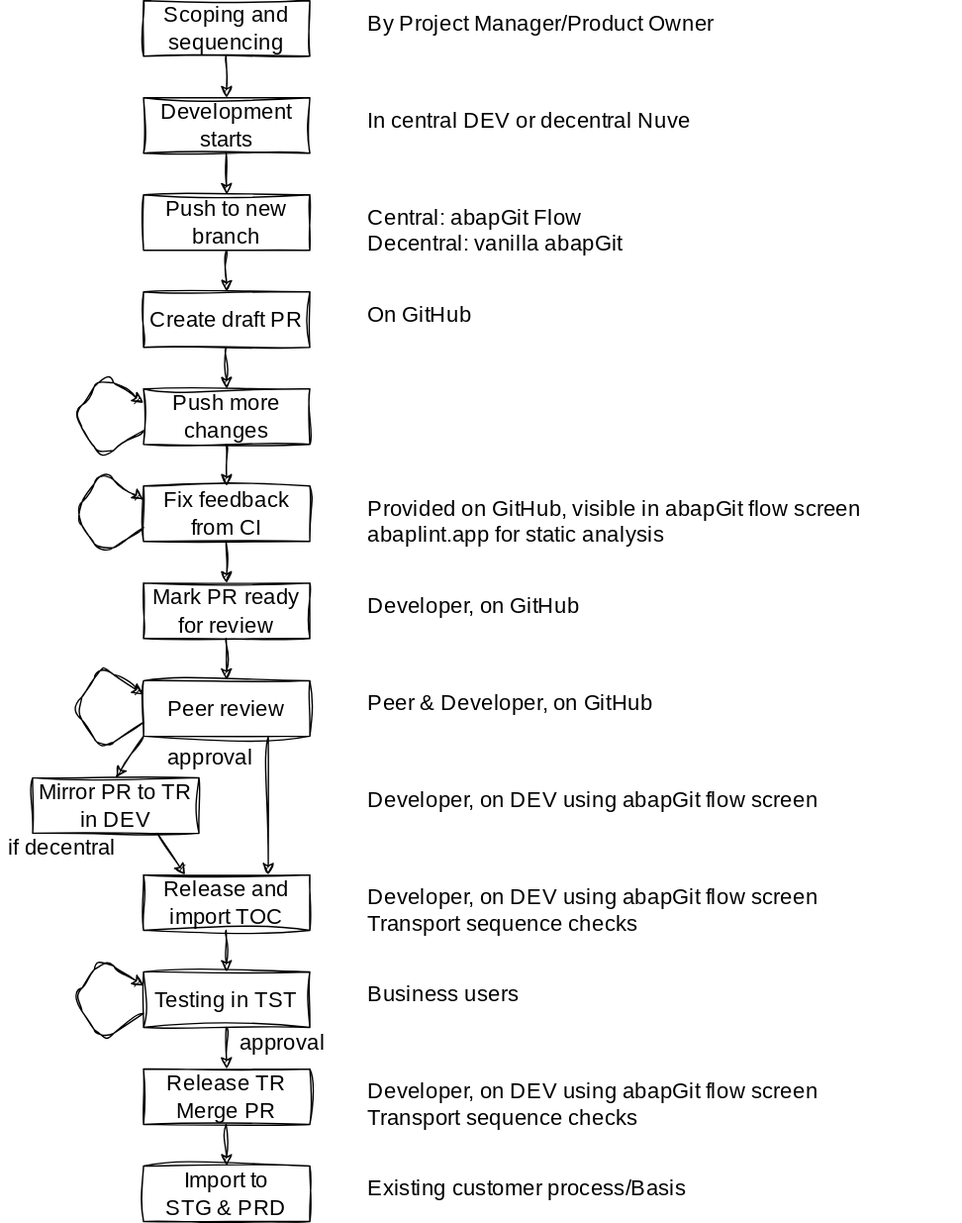
heliconialabs/abapgit-flow keeps this draw.io diagram as src/img/process.drawio.svg. Above is the earlier version. Source tidied: cells renumbered, new cells last; positions are measured from the earlier drawing's top-left corner, leaving out a move shared by most shapes.
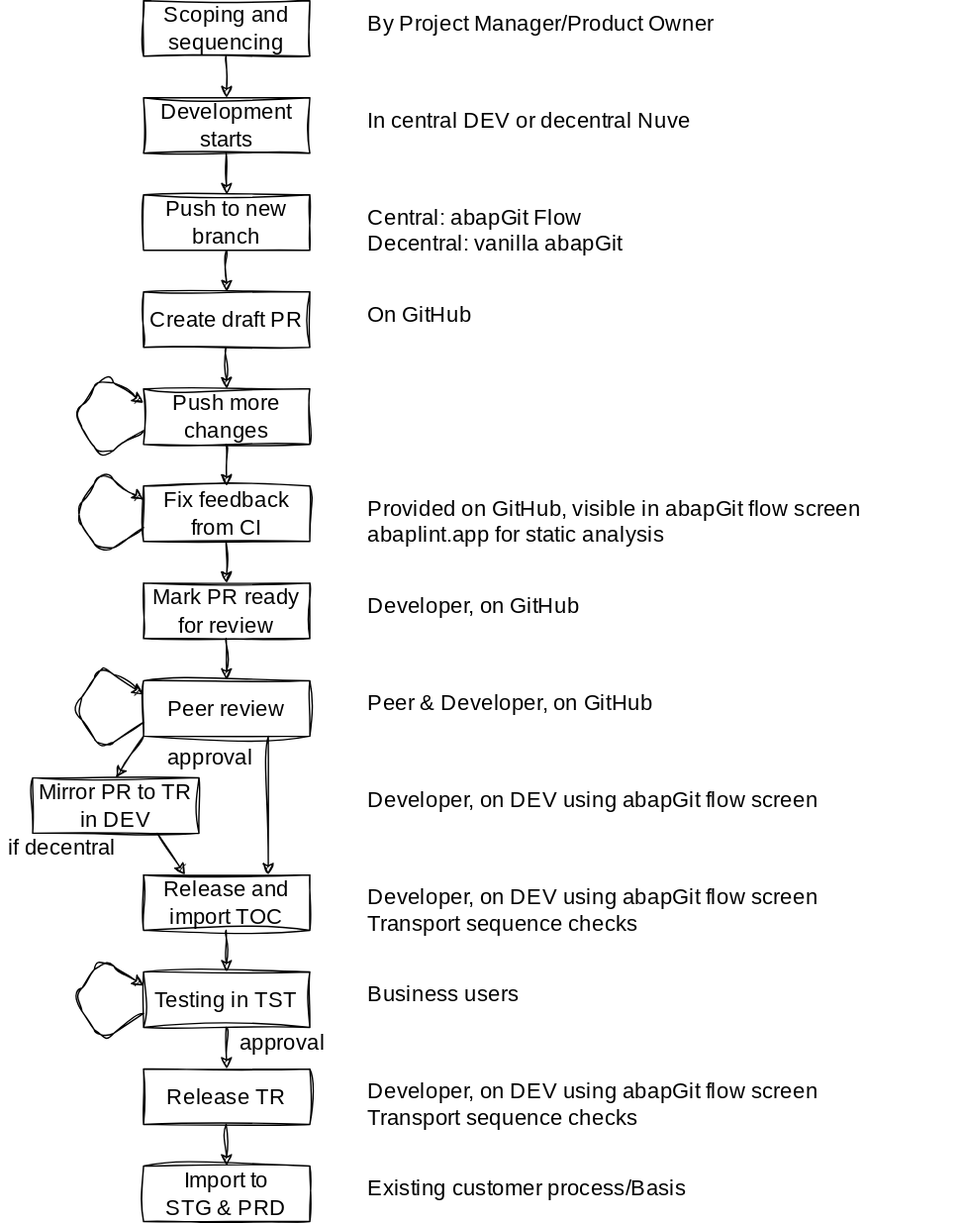
After the change.

Diff of the diagram source:
```diff
@@ -35,7 +35,7 @@
     <mxCell id="12" value="&lt;font style=&quot;font-size: 16px;&quot; color=&quot;#000000&quot;&gt;Testing in TST&lt;/font&gt;" style="rounded=0;whiteSpace=wrap;html=1;sketch=1;hachureGap=4;jiggle=2;curveFitting=1;fontFamily=Architects Daughter;fontSource=https%3A%2F%2Ffonts.googleapis.com%2Fcss%3Ffamily%3DArchitects%2BDaughter;fontSize=16;fillColor=none;strokeColor=#000000;" parent="1" vertex="1">
       <mxGeometry x="80" y="700.4" width="120" height="40" as="geometry" />
     </mxCell>
-    <mxCell id="13" value="&lt;font style=&quot;font-size: 16px;&quot; color=&quot;#000000&quot;&gt;Release TR&lt;br&gt;Merge PR&lt;br&gt;&lt;/font&gt;" style="rounded=0;whiteSpace=wrap;html=1;sketch=1;hachureGap=4;jiggle=2;curveFitting=1;fontFamily=Architects Daughter;fontSource=https%3A%2F%2Ffonts.googleapis.com%2Fcss%3Ffamily%3DArchitects%2BDaughter;fontSize=16;fillColor=none;strokeColor=#000000;" parent="1" vertex="1">
+    <mxCell id="13" value="&lt;font style=&quot;font-size: 16px;&quot; color=&quot;#000000&quot;&gt;Release TR&lt;br&gt;&lt;/font&gt;" style="rounded=0;whiteSpace=wrap;html=1;sketch=1;hachureGap=4;jiggle=2;curveFitting=1;fontFamily=Architects Daughter;fontSource=https%3A%2F%2Ffonts.googleapis.com%2Fcss%3Ffamily%3DArchitects%2BDaughter;fontSize=16;fillColor=none;strokeColor=#000000;" parent="1" vertex="1">
       <mxGeometry x="80" y="770.4" width="120" height="40" as="geometry" />
     </mxCell>
     <mxCell id="14" value="&lt;font style=&quot;font-size: 16px;&quot; color=&quot;#000000&quot;&gt;Import to &lt;br&gt;STG &amp;amp; PRD&lt;/font&gt;" style="rounded=0;whiteSpace=wrap;html=1;sketch=1;hachureGap=4;jiggle=2;curveFitting=1;fontFamily=Architects Daughter;fontSource=https%3A%2F%2Ffonts.googleapis.com%2Fcss%3Ffamily%3DArchitects%2BDaughter;fontSize=16;fillColor=none;strokeColor=#000000;" parent="1" vertex="1">
```
